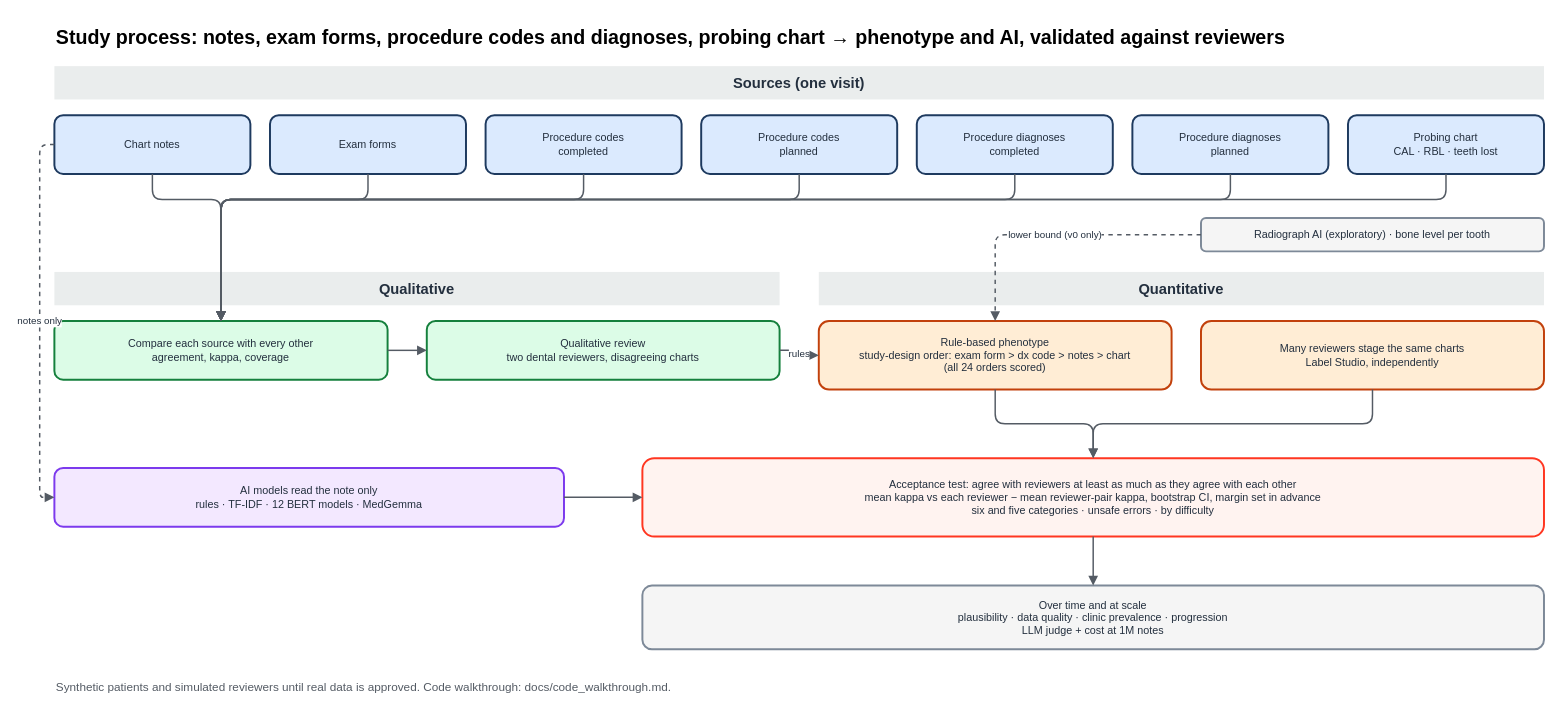
Health-Transformation-Lab/health-transformation-lab-nlp keeps this draw.io diagram as diagrams/d1_study_process.drawio. Above is the earlier version. Source tidied: cells renumbered, new cells numbered last; positions are measured from the earlier drawing's top-left corner, leaving out a move shared by most shapes. Both pictures are drawn from the tidied source at 98%, with x=0, y=0 at pixel (39, 17).
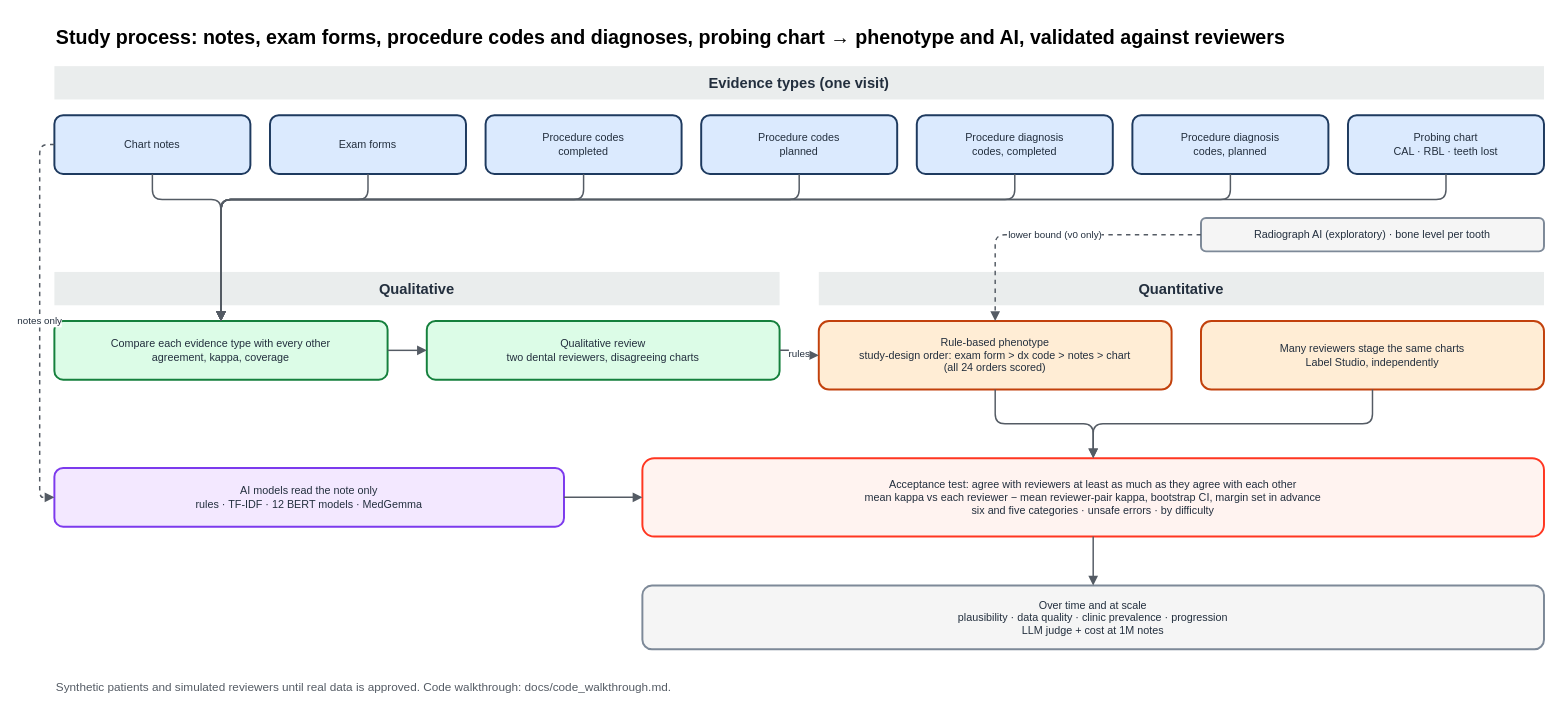
The same page after the edit.

Diff of the diagram source:
```diff
@@
-    <mxCell id="3" value="Sources (one visit)" style="rounded=0;whiteSpace=wrap;html=1;fillColor=#EAEDED;strokeColor=none;fontSize=15;fontStyle=1;fontColor=#232F3E;" parent="1" vertex="1">
+    <mxCell id="3" value="Evidence types (one visit)" style="rounded=0;whiteSpace=wrap;html=1;fillColor=#EAEDED;strokeColor=none;fontSize=15;fontStyle=1;fontColor=#232F3E;" parent="1" vertex="1">
       <mxGeometry x="15" y="50" width="1520" height="34" as="geometry" />
     </mxCell>
@@
-    <mxCell id="8" value="Procedure diagnoses&lt;br&gt;completed" style="rounded=1;whiteSpace=wrap;html=1;fontSize=11;fontColor=#232F3E;strokeColor=#1E3A5F;strokeWidth=2;fillColor=#DBEAFE;" parent="1" vertex="1">
+    <mxCell id="8" value="Procedure diagnosis&lt;br&gt;codes, completed" style="rounded=1;whiteSpace=wrap;html=1;fontSize=11;fontColor=#232F3E;strokeColor=#1E3A5F;strokeWidth=2;fillColor=#DBEAFE;" parent="1" vertex="1">
       <mxGeometry x="895" y="100" width="200" height="60" as="geometry" />
     </mxCell>
-    <mxCell id="9" value="Procedure diagnoses&lt;br&gt;planned" style="rounded=1;whiteSpace=wrap;html=1;fontSize=11;fontColor=#232F3E;strokeColor=#1E3A5F;strokeWidth=2;fillColor=#DBEAFE;" parent="1" vertex="1">
+    <mxCell id="9" value="Procedure diagnosis&lt;br&gt;codes, planned" style="rounded=1;whiteSpace=wrap;html=1;fontSize=11;fontColor=#232F3E;strokeColor=#1E3A5F;strokeWidth=2;fillColor=#DBEAFE;" parent="1" vertex="1">
       <mxGeometry x="1115" y="100" width="200" height="60" as="geometry" />
     </mxCell>
@@
-    <mxCell id="13" value="Compare each source with every other&lt;br&gt;agreement, kappa, coverage" style="rounded=1;whiteSpace=wrap;html=1;fontSize=11;fontColor=#232F3E;strokeColor=#15803D;strokeWidth=2;fillColor=#DCFCE7;" parent="1" vertex="1">
+    <mxCell id="13" value="Compare each evidence type with every other&lt;br&gt;agreement, kappa, coverage" style="rounded=1;whiteSpace=wrap;html=1;fontSize=11;fontColor=#232F3E;strokeColor=#15803D;strokeWidth=2;fillColor=#DCFCE7;" parent="1" vertex="1">
       <mxGeometry x="15" y="310" width="340" height="60" as="geometry" />
     </mxCell>
```
